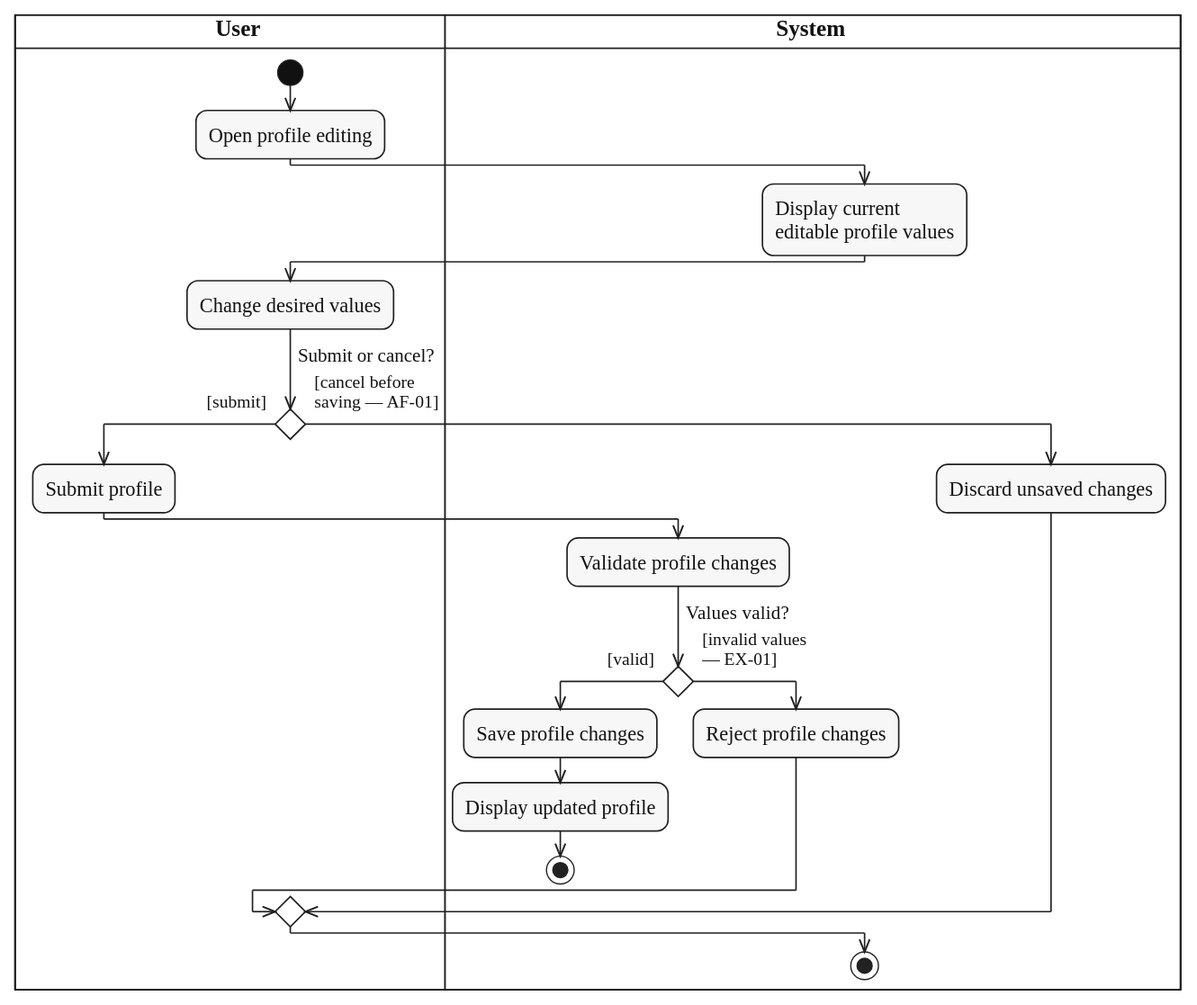
Above: diagrams/activity/account-authentication/svg/UC-PROFILE-UPDATE.svg in lukenab/swd392-doc-automation (PlantUML), before the change. Its source is kept beside it as diagrams/activity/account-authentication/source/UC-PROFILE-UPDATE.puml.
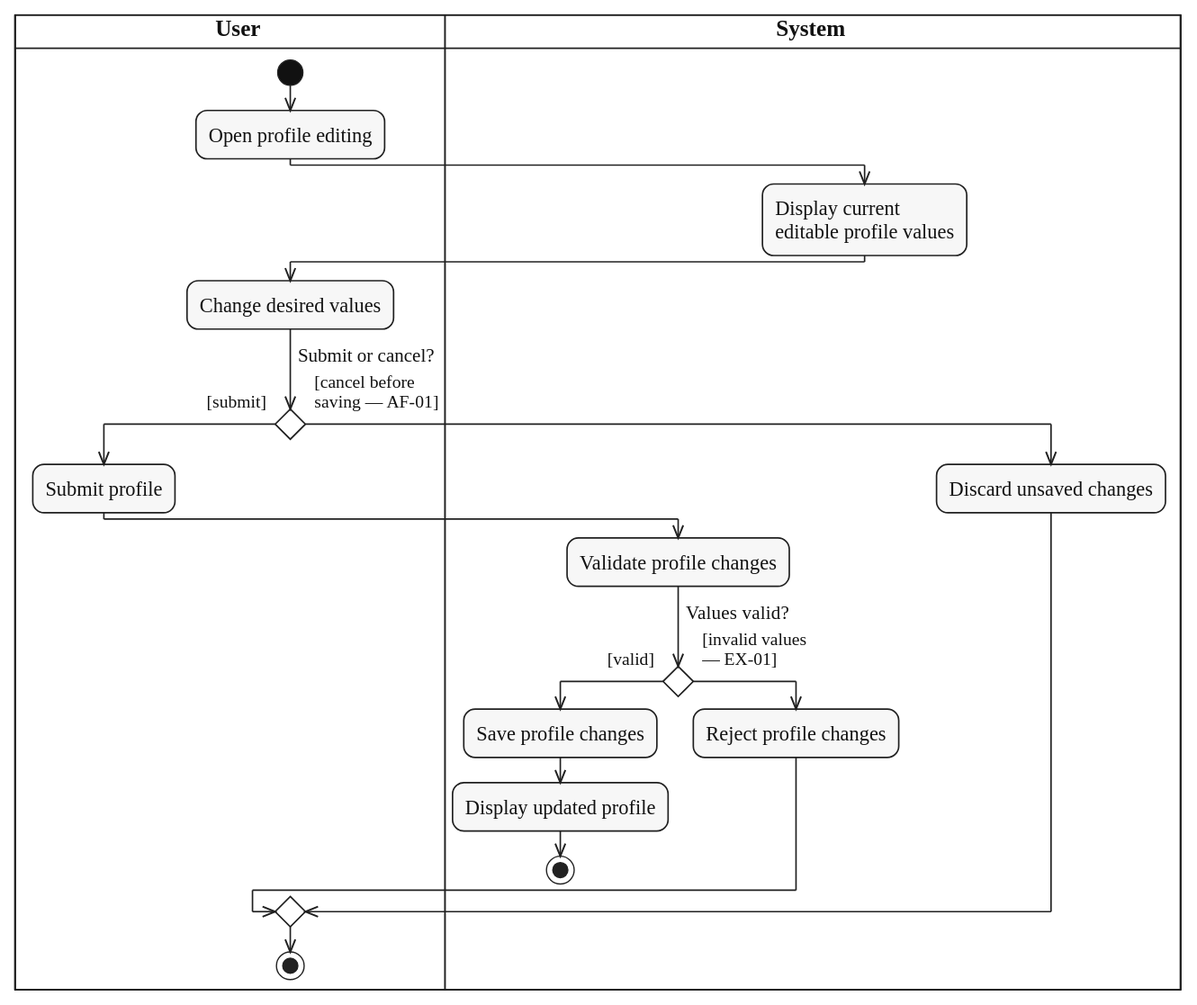
Above is the later version.

Commit message:
docs(activity): place the final under the last merge in UC-05.2

The last merge sits under the actor's decision, in the actor lane, while the final was declared in the System lane, so the flow crossed to System only to reach the final. The final now sits in the same lane as the last merge; actions, decisions and guards are unchanged.

What changed in the source:
```diff
@@ -26,6 +26,6 @@
   |SYS|
   :Discard unsaved changes;
 endif
-|SYS|
+|USR|
 stop
 @enduml
```
